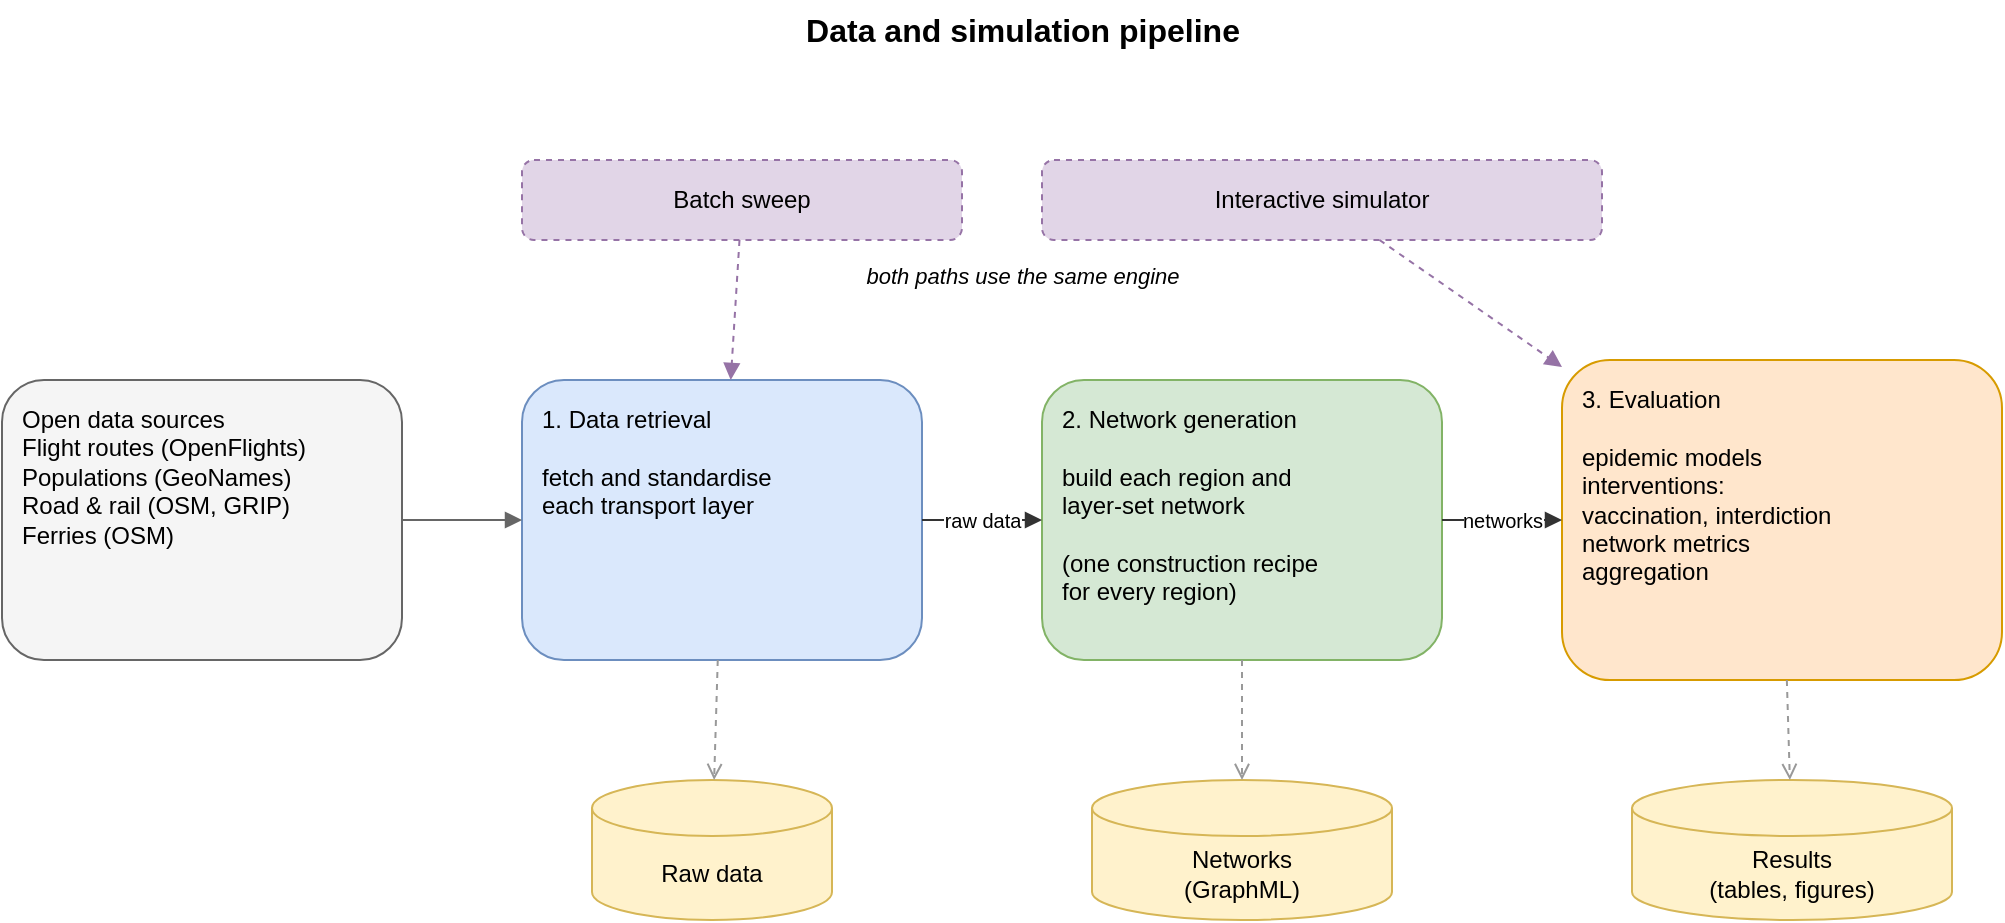
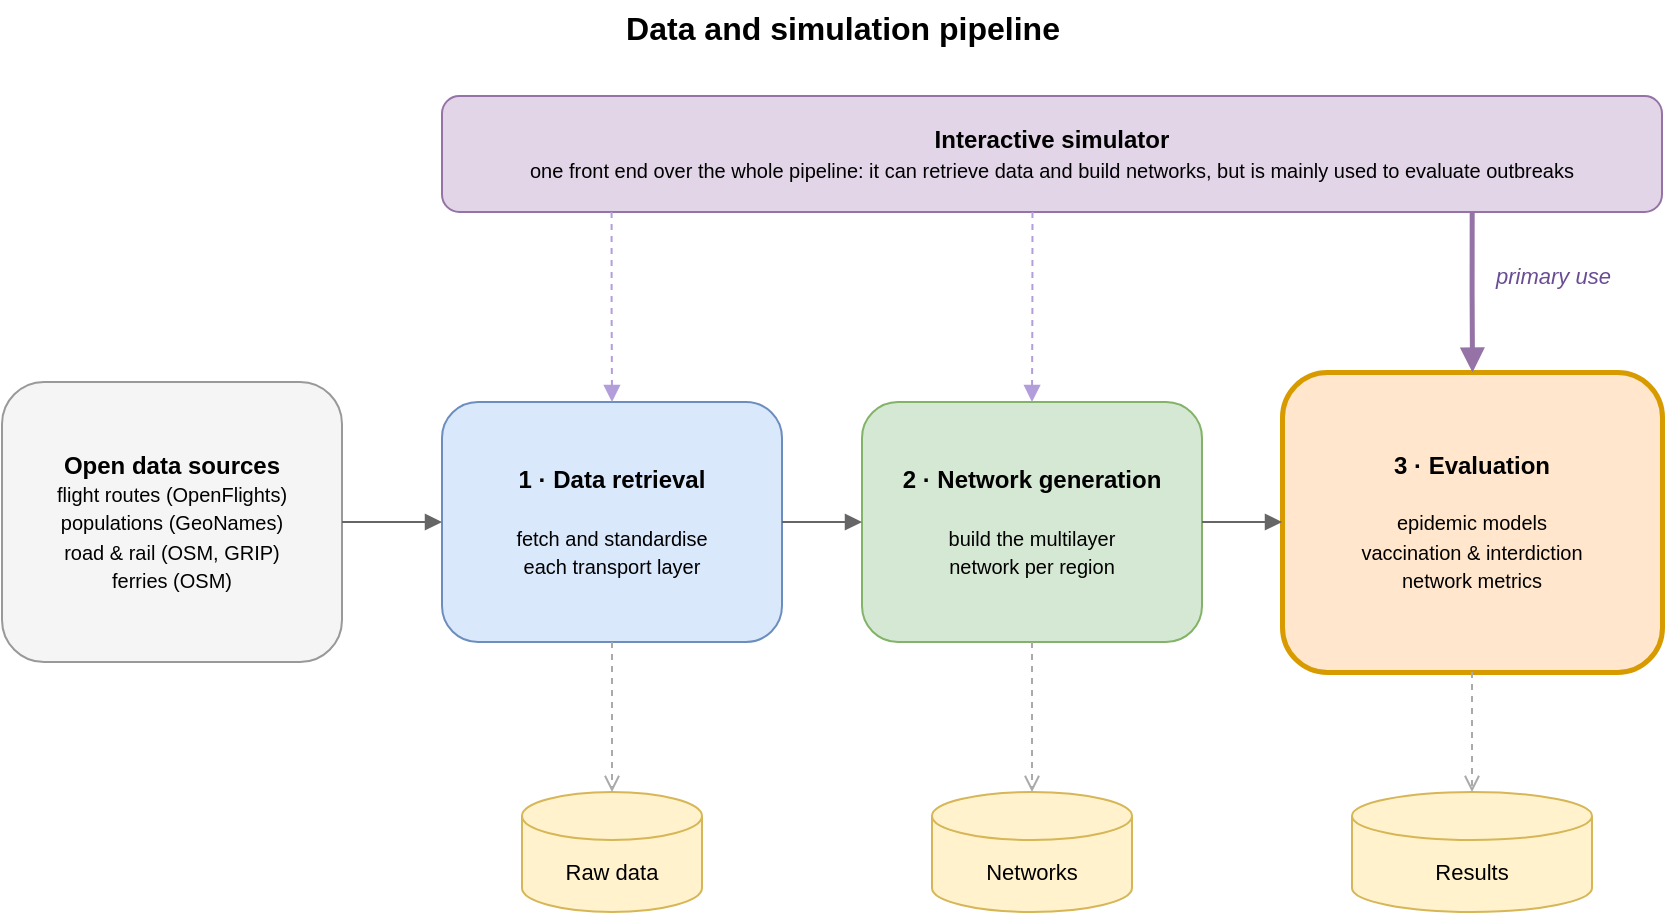
<mxfile host="app.diagrams.net" type="device">
  <diagram id="F1pipeline" name="F1 Pipeline overview">
-     <mxGraphModel dx="1100" dy="700" grid="1" gridSize="10" guides="1" tooltips="1" connect="1" arrows="1" fold="1" page="1" pageScale="1" pageWidth="1100" pageHeight="600" math="0" shadow="0">
+     <mxGraphModel dx="1100" dy="700" grid="0" gridSize="10" guides="1" tooltips="1" connect="1" arrows="1" fold="1" page="1" pageScale="1" pageWidth="900" pageHeight="520" math="0" shadow="0">
      <root>
        <mxCell id="0" />
        <mxCell id="1" parent="0" />

        <mxCell id="title" value="Data and simulation pipeline" style="text;html=1;fontSize=16;fontStyle=1;align=center;verticalAlign=middle;" vertex="1" parent="1">
-           <mxGeometry x="360" y="10" width="380" height="30" as="geometry" />
+           <mxGeometry x="250" y="14" width="400" height="28" as="geometry" />
        </mxCell>

-         <!-- Data sources -->
-         <mxCell id="src" value="Open data sources&#10;Flight routes (OpenFlights)&#10;Populations (GeoNames)&#10;Road &amp; rail (OSM, GRIP)&#10;Ferries (OSM)" style="rounded=1;whiteSpace=wrap;html=1;align=left;verticalAlign=top;spacingLeft=8;spacingTop=6;fillColor=#f5f5f5;strokeColor=#666666;" vertex="1" parent="1">
-           <mxGeometry x="40" y="200" width="200" height="140" as="geometry" />
+         <!-- Front end: the interactive simulator (single entry point) -->
+         <mxCell id="sim" value="&lt;b&gt;Interactive simulator&lt;/b&gt;&lt;br&gt;&lt;font style=&quot;font-size:10px&quot;&gt;one front end over the whole pipeline: it can retrieve data and build networks, but is mainly used to evaluate outbreaks&lt;/font&gt;" style="rounded=1;whiteSpace=wrap;html=1;align=center;verticalAlign=middle;fillColor=#e1d5e7;strokeColor=#9673a6;spacing=6;" vertex="1" parent="1">
+           <mxGeometry x="250" y="62" width="610" height="58" as="geometry" />
        </mxCell>

-         <!-- Module 1 -->
-         <mxCell id="m1" value="1. Data retrieval&#10;&#10;fetch and standardise&#10;each transport layer" style="rounded=1;whiteSpace=wrap;html=1;align=left;verticalAlign=top;spacingLeft=8;spacingTop=6;fillColor=#dae8fc;strokeColor=#6c8ebf;" vertex="1" parent="1">
-           <mxGeometry x="300" y="200" width="200" height="140" as="geometry" />
+         <!-- Open data sources -->
+         <mxCell id="src" value="&lt;b&gt;Open data sources&lt;/b&gt;&lt;br&gt;&lt;font style=&quot;font-size:10px&quot;&gt;flight routes (OpenFlights)&lt;br&gt;populations (GeoNames)&lt;br&gt;road &amp;amp; rail (OSM, GRIP)&lt;br&gt;ferries (OSM)&lt;/font&gt;" style="rounded=1;whiteSpace=wrap;html=1;align=center;verticalAlign=middle;fillColor=#f5f5f5;strokeColor=#999999;spacing=6;" vertex="1" parent="1">
+           <mxGeometry x="30" y="205" width="170" height="140" as="geometry" />
        </mxCell>

-         <!-- Module 2 -->
-         <mxCell id="m2" value="2. Network generation&#10;&#10;build each region and&#10;layer-set network&#10;&#10;(one construction recipe&#10;for every region)" style="rounded=1;whiteSpace=wrap;html=1;align=left;verticalAlign=top;spacingLeft=8;spacingTop=6;fillColor=#d5e8d4;strokeColor=#82b366;" vertex="1" parent="1">
-           <mxGeometry x="560" y="200" width="200" height="140" as="geometry" />
+         <!-- Stage 1: retrieval -->
+         <mxCell id="m1" value="&lt;b&gt;1&amp;nbsp;&amp;middot;&amp;nbsp;Data retrieval&lt;/b&gt;&lt;br&gt;&lt;br&gt;&lt;font style=&quot;font-size:10px&quot;&gt;fetch and standardise&lt;br&gt;each transport layer&lt;/font&gt;" style="rounded=1;whiteSpace=wrap;html=1;align=center;verticalAlign=middle;fillColor=#dae8fc;strokeColor=#6c8ebf;spacing=6;" vertex="1" parent="1">
+           <mxGeometry x="250" y="215" width="170" height="120" as="geometry" />
        </mxCell>

-         <!-- Module 3 -->
-         <mxCell id="m3" value="3. Evaluation&#10;&#10;epidemic models&#10;interventions:&#10;  vaccination, interdiction&#10;network metrics&#10;aggregation" style="rounded=1;whiteSpace=wrap;html=1;align=left;verticalAlign=top;spacingLeft=8;spacingTop=6;fillColor=#ffe6cc;strokeColor=#d79b00;" vertex="1" parent="1">
-           <mxGeometry x="820" y="190" width="220" height="160" as="geometry" />
+         <!-- Stage 2: network generation -->
+         <mxCell id="m2" value="&lt;b&gt;2&amp;nbsp;&amp;middot;&amp;nbsp;Network generation&lt;/b&gt;&lt;br&gt;&lt;br&gt;&lt;font style=&quot;font-size:10px&quot;&gt;build the multilayer&lt;br&gt;network per region&lt;/font&gt;" style="rounded=1;whiteSpace=wrap;html=1;align=center;verticalAlign=middle;fillColor=#d5e8d4;strokeColor=#82b366;spacing=6;" vertex="1" parent="1">
+           <mxGeometry x="460" y="215" width="170" height="120" as="geometry" />
+         </mxCell>
+ 
+         <!-- Stage 3: evaluation (emphasised: the main use) -->
+         <mxCell id="m3" value="&lt;b&gt;3&amp;nbsp;&amp;middot;&amp;nbsp;Evaluation&lt;/b&gt;&lt;br&gt;&lt;br&gt;&lt;font style=&quot;font-size:10px&quot;&gt;epidemic models&lt;br&gt;vaccination &amp;amp; interdiction&lt;br&gt;network metrics&lt;/font&gt;" style="rounded=1;whiteSpace=wrap;html=1;align=center;verticalAlign=middle;fillColor=#ffe6cc;strokeColor=#d79b00;strokeWidth=2.5;spacing=6;" vertex="1" parent="1">
+           <mxGeometry x="670" y="200" width="190" height="150" as="geometry" />
+         </mxCell>
+ 
+         <!-- primary-use label, set beside the bold arrow (no overlap) -->
+         <mxCell id="primary" value="primary use" style="text;html=1;fontSize=11;fontStyle=2;fontColor=#6a4c93;align=left;verticalAlign=middle;" vertex="1" parent="1">
+           <mxGeometry x="775" y="142" width="90" height="20" as="geometry" />
        </mxCell>

        <!-- Artifact stores -->
-         <mxCell id="raw" value="Raw data" style="shape=cylinder3;whiteSpace=wrap;html=1;boundedLbl=1;backgroundOutline=1;size=14;fillColor=#fff2cc;strokeColor=#d6b656;" vertex="1" parent="1">
-           <mxGeometry x="335" y="400" width="120" height="70" as="geometry" />
+         <mxCell id="raw" value="Raw data" style="shape=cylinder3;whiteSpace=wrap;html=1;boundedLbl=1;backgroundOutline=1;size=12;fillColor=#fff2cc;strokeColor=#d6b656;fontSize=11;" vertex="1" parent="1">
+           <mxGeometry x="290" y="410" width="90" height="60" as="geometry" />
        </mxCell>
-         <mxCell id="proc" value="Networks&#10;(GraphML)" style="shape=cylinder3;whiteSpace=wrap;html=1;boundedLbl=1;backgroundOutline=1;size=14;fillColor=#fff2cc;strokeColor=#d6b656;" vertex="1" parent="1">
-           <mxGeometry x="585" y="400" width="150" height="70" as="geometry" />
+         <mxCell id="proc" value="Networks" style="shape=cylinder3;whiteSpace=wrap;html=1;boundedLbl=1;backgroundOutline=1;size=12;fillColor=#fff2cc;strokeColor=#d6b656;fontSize=11;" vertex="1" parent="1">
+           <mxGeometry x="495" y="410" width="100" height="60" as="geometry" />
        </mxCell>
-         <mxCell id="res" value="Results&#10;(tables, figures)" style="shape=cylinder3;whiteSpace=wrap;html=1;boundedLbl=1;backgroundOutline=1;size=14;fillColor=#fff2cc;strokeColor=#d6b656;" vertex="1" parent="1">
-           <mxGeometry x="855" y="400" width="160" height="70" as="geometry" />
+         <mxCell id="res" value="Results" style="shape=cylinder3;whiteSpace=wrap;html=1;boundedLbl=1;backgroundOutline=1;size=12;fillColor=#fff2cc;strokeColor=#d6b656;fontSize=11;" vertex="1" parent="1">
+           <mxGeometry x="705" y="410" width="120" height="60" as="geometry" />
        </mxCell>

-         <!-- Entry points -->
-         <mxCell id="nf" value="Batch sweep" style="rounded=1;whiteSpace=wrap;html=1;dashed=1;fillColor=#e1d5e7;strokeColor=#9673a6;" vertex="1" parent="1">
-           <mxGeometry x="300" y="90" width="220" height="40" as="geometry" />
-         </mxCell>
-         <mxCell id="dash" value="Interactive simulator" style="rounded=1;whiteSpace=wrap;html=1;dashed=1;fillColor=#e1d5e7;strokeColor=#9673a6;" vertex="1" parent="1">
-           <mxGeometry x="560" y="90" width="280" height="40" as="geometry" />
-         </mxCell>
-         <mxCell id="entrynote" value="both paths use the same engine" style="text;html=1;fontSize=11;fontStyle=2;align=center;" vertex="1" parent="1">
-           <mxGeometry x="350" y="135" width="400" height="20" as="geometry" />
-         </mxCell>
+         <!-- Stage flow (horizontal, orthogonal, unlabelled) -->
+         <mxCell id="e0" style="edgeStyle=orthogonalEdgeStyle;rounded=0;endArrow=block;html=1;strokeColor=#666666;labelBackgroundColor=none;exitX=1;exitY=0.5;entryX=0;entryY=0.5;" edge="1" parent="1" source="src" target="m1"><mxGeometry relative="1" as="geometry" /></mxCell>
+         <mxCell id="e1" style="edgeStyle=orthogonalEdgeStyle;rounded=0;endArrow=block;html=1;strokeColor=#666666;labelBackgroundColor=none;exitX=1;exitY=0.5;entryX=0;entryY=0.5;" edge="1" parent="1" source="m1" target="m2"><mxGeometry relative="1" as="geometry" /></mxCell>
+         <mxCell id="e2" style="edgeStyle=orthogonalEdgeStyle;rounded=0;endArrow=block;html=1;strokeColor=#666666;labelBackgroundColor=none;exitX=1;exitY=0.5;entryX=0;entryY=0.5;" edge="1" parent="1" source="m2" target="m3"><mxGeometry relative="1" as="geometry" /></mxCell>

-         <!-- Flow edges -->
-         <mxCell id="e0" style="endArrow=block;html=1;strokeColor=#666666;" edge="1" parent="1" source="src" target="m1">
-           <mxGeometry relative="1" as="geometry" />
-         </mxCell>
-         <mxCell id="e1" value="raw data" style="endArrow=block;html=1;strokeColor=#333333;fontSize=10;" edge="1" parent="1" source="m1" target="m2">
-           <mxGeometry relative="1" as="geometry" />
-         </mxCell>
-         <mxCell id="e2" value="networks" style="endArrow=block;html=1;strokeColor=#333333;fontSize=10;" edge="1" parent="1" source="m2" target="m3">
-           <mxGeometry relative="1" as="geometry" />
-         </mxCell>
-         <mxCell id="e3" style="endArrow=open;html=1;dashed=1;strokeColor=#999999;" edge="1" parent="1" source="m1" target="raw">
-           <mxGeometry relative="1" as="geometry" />
-         </mxCell>
-         <mxCell id="e4" style="endArrow=open;html=1;dashed=1;strokeColor=#999999;" edge="1" parent="1" source="m2" target="proc">
-           <mxGeometry relative="1" as="geometry" />
-         </mxCell>
-         <mxCell id="e5" style="endArrow=open;html=1;dashed=1;strokeColor=#999999;" edge="1" parent="1" source="m3" target="res">
-           <mxGeometry relative="1" as="geometry" />
-         </mxCell>
-         <mxCell id="e6" style="endArrow=block;html=1;dashed=1;strokeColor=#9673a6;" edge="1" parent="1" source="nf" target="m1">
-           <mxGeometry relative="1" as="geometry" />
-         </mxCell>
-         <mxCell id="e7" style="endArrow=block;html=1;dashed=1;strokeColor=#9673a6;" edge="1" parent="1" source="dash" target="m3">
-           <mxGeometry relative="1" as="geometry" />
-         </mxCell>
+         <!-- Stage -> artifact store (vertical) -->
+         <mxCell id="e3" style="edgeStyle=orthogonalEdgeStyle;rounded=0;endArrow=open;html=1;dashed=1;strokeColor=#aaaaaa;labelBackgroundColor=none;exitX=0.5;exitY=1;entryX=0.5;entryY=0;" edge="1" parent="1" source="m1" target="raw"><mxGeometry relative="1" as="geometry" /></mxCell>
+         <mxCell id="e4" style="edgeStyle=orthogonalEdgeStyle;rounded=0;endArrow=open;html=1;dashed=1;strokeColor=#aaaaaa;labelBackgroundColor=none;exitX=0.5;exitY=1;entryX=0.5;entryY=0;" edge="1" parent="1" source="m2" target="proc"><mxGeometry relative="1" as="geometry" /></mxCell>
+         <mxCell id="e5" style="edgeStyle=orthogonalEdgeStyle;rounded=0;endArrow=open;html=1;dashed=1;strokeColor=#aaaaaa;labelBackgroundColor=none;exitX=0.5;exitY=1;entryX=0.5;entryY=0;" edge="1" parent="1" source="m3" target="res"><mxGeometry relative="1" as="geometry" /></mxCell>
+ 
+         <!-- Simulator drives the stages: vertical drops; light to 1-2, bold to evaluation -->
+         <mxCell id="s1" style="edgeStyle=orthogonalEdgeStyle;rounded=0;endArrow=block;html=1;dashed=1;strokeColor=#b39ddb;labelBackgroundColor=none;exitX=0.139;exitY=1;entryX=0.5;entryY=0;" edge="1" parent="1" source="sim" target="m1"><mxGeometry relative="1" as="geometry" /></mxCell>
+         <mxCell id="s2" style="edgeStyle=orthogonalEdgeStyle;rounded=0;endArrow=block;html=1;dashed=1;strokeColor=#b39ddb;labelBackgroundColor=none;exitX=0.484;exitY=1;entryX=0.5;entryY=0;" edge="1" parent="1" source="sim" target="m2"><mxGeometry relative="1" as="geometry" /></mxCell>
+         <mxCell id="s3" style="edgeStyle=orthogonalEdgeStyle;rounded=0;endArrow=block;html=1;strokeColor=#9673a6;strokeWidth=2.5;labelBackgroundColor=none;exitX=0.844;exitY=1;entryX=0.5;entryY=0;" edge="1" parent="1" source="sim" target="m3"><mxGeometry relative="1" as="geometry" /></mxCell>
      </root>
    </mxGraphModel>
  </diagram>
</mxfile>
